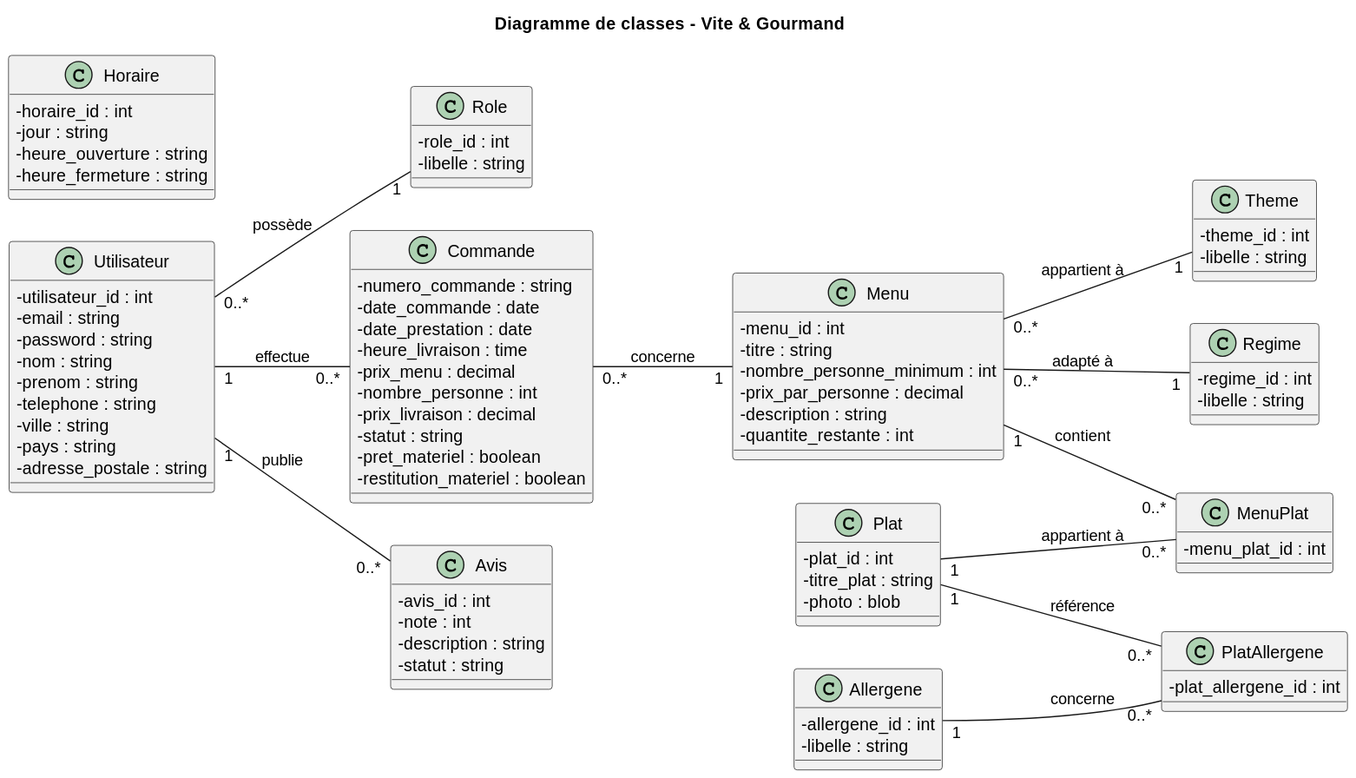
Above: docs/diagrammes/diagramme-classes.svg in Meldince6790/vite-et-gourmand (PlantUML), before the change.
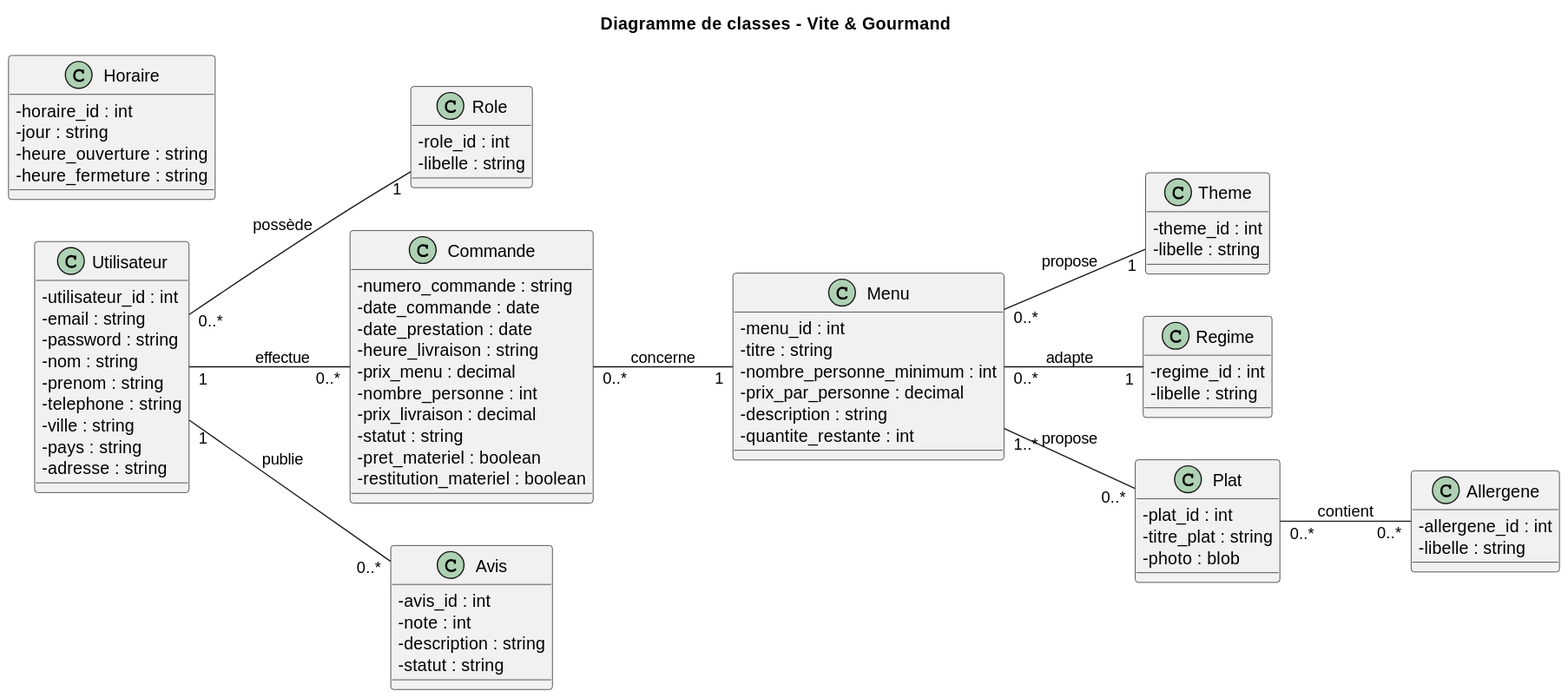
After the change.

Commit message:
Modification du diagramme de classes suite à relecture du document MCD

Diff of the diagram source:
```diff
@@ -4,7 +4,6 @@
 left to right direction
 
 skinparam classAttributeIconSize 0
-
 
 
 class Utilisateur {
@@ -16,14 +15,13 @@
     - telephone : string
     - ville : string
     - pays : string
-    - adresse_postale : string
+    - adresse : string
 }
 
 class Role {
     - role_id : int
     - libelle : string
 }
-
 
 Utilisateur "0..*" -- "1" Role : possède
 
@@ -60,17 +58,12 @@
 }
 
 
-Menu "0..*" -- "1" Theme : appartient à
-Menu "0..*" -- "1" Regime : adapté à
-
-
-
 
 class Commande {
     - numero_commande : string
     - date_commande : date
     - date_prestation : date
-    - heure_livraison : time
+    - heure_livraison : string
     - prix_menu : decimal
     - nombre_personne : int
     - prix_livraison : decimal
@@ -80,11 +73,6 @@
 }
 
 
-Utilisateur "1" -- "0..*" Commande : effectue
-
-Commande "0..*" -- "1" Menu : concerne
-
-
 
 class Avis {
     - avis_id : int
@@ -92,9 +80,6 @@
     - description : string
     - statut : string
 }
-
-
-Utilisateur "1" -- "0..*" Avis : publie
 
 
 
@@ -107,19 +92,17 @@
 
 
 
-class MenuPlat {
-    - menu_plat_id : int
-}
+Utilisateur "1" -- "0..*" Commande : effectue
 
-class PlatAllergene {
-    - plat_allergene_id : int
-}
+Commande "0..*" -- "1" Menu : concerne
 
+Utilisateur "1" -- "0..*" Avis : publie
 
+Menu "0..*" -- "1" Theme : propose
 
-Menu "1" -- "0..*" MenuPlat : contient
-Plat "1" -- "0..*" MenuPlat : appartient à
+Menu "0..*" -- "1" Regime : adapte
 
-Plat "1" -- "0..*" PlatAllergene : référence
-Allergene "1" -- "0..*" PlatAllergene : concerne
+Menu "1..*" -- "0..*" Plat : propose
+
+Plat "0..*" -- "0..*" Allergene : contient
 @enduml
```
